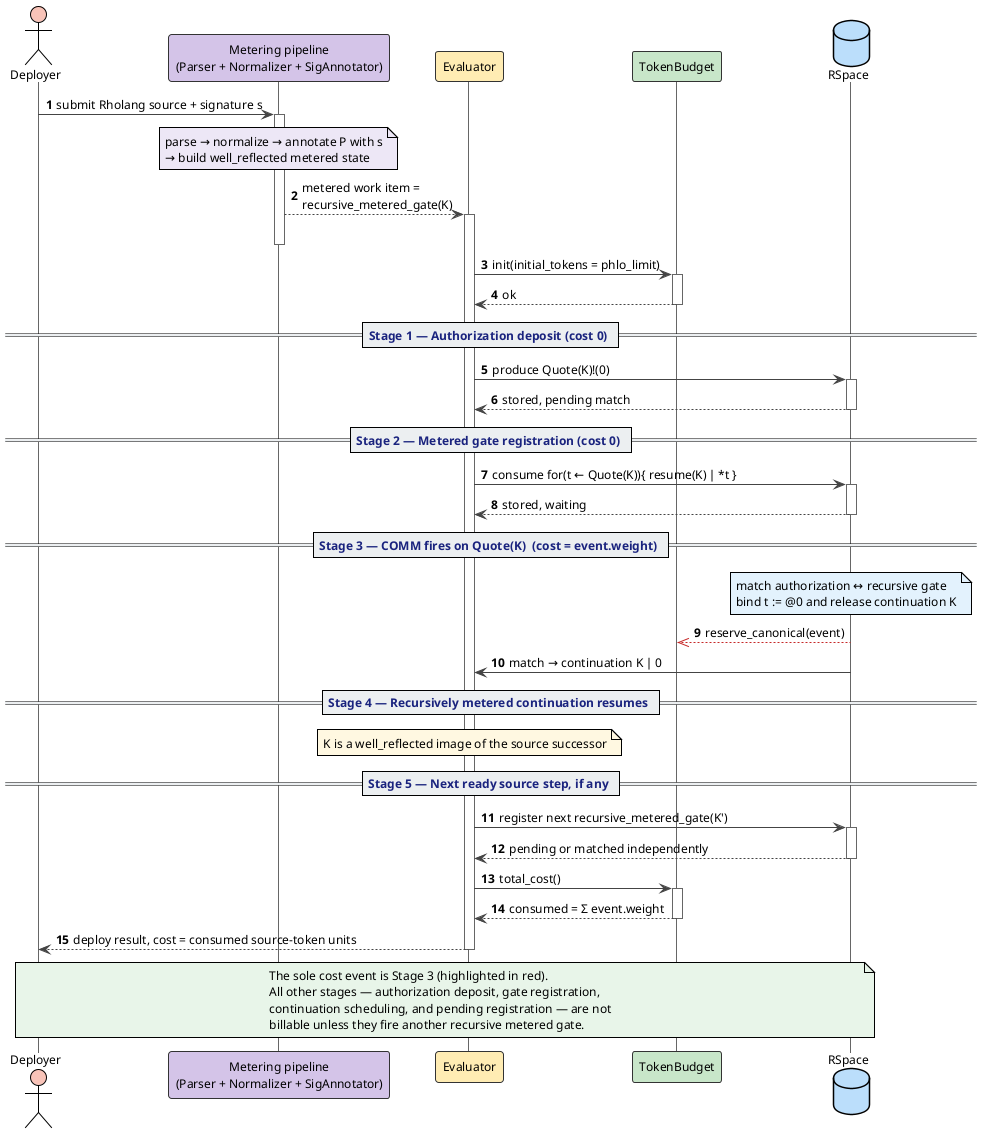
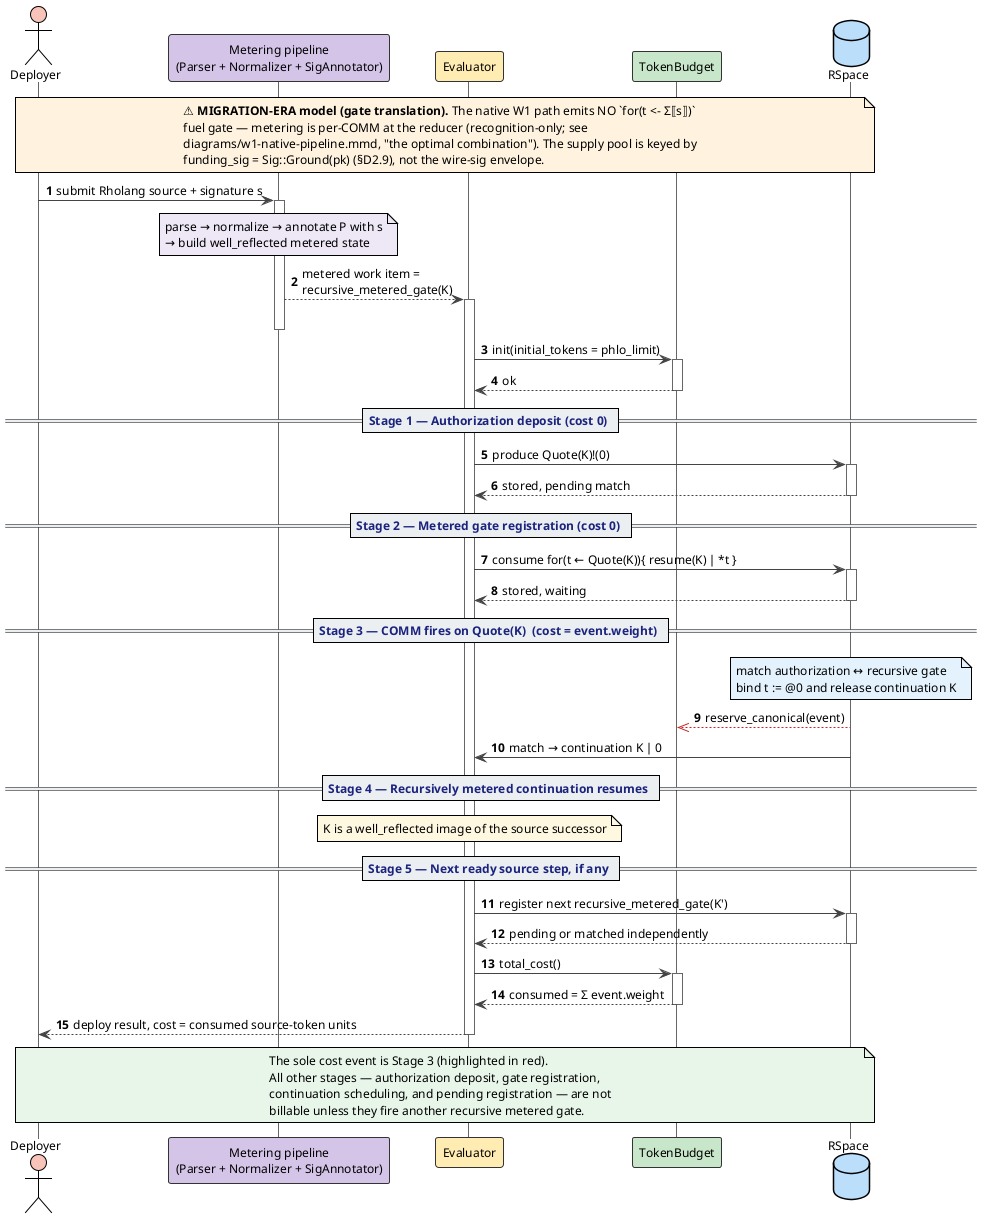
' Recursive Metered Gate Protocol — end-to-end lifecycle of one selected
' source step in the cost-accounted rho calculus implementation target.
'
' Source of truth for Figure 4.4 in docs/theory/cost-accounting-migration.md.
' Shows the five protocol stages as explicit RSpace events:
'   Stage 1 — authorization marker deposit (produce)
'   Stage 2 — fuel gate registration (consume, waiting)
'   Stage 3 — COMM fires (match) + canonical token-budget reservation
'   Stage 4 — recursively metered continuation resumes
'   Stage 5 — any next source step installs its own gate
'
' End-to-end participants:
'   Deployer -> Metering pipeline -> Evaluator -> TokenBudget / RSpace
' Closing the loop: Evaluator queries consumed source-token units from
' TokenBudget and returns the cost to the Deployer.
'
' Color palette (consistent with deploy-execution-sequence.puml):
'   Actor / Deployer     : salmon       (#F8C3B8)
'   Metering pipeline    : lavender     (#D4C4E8)
'   Evaluator (control)  : amber        (#FFECB3)
'   Cost accountant      : mint         (#C8E6C9)
'   Tuple space          : blue         (#BBDEFB)
'
' Semantic arrow colors:
'   Fuel-decrement (cost event): red-ish (#C62828)
'
' (LMDB persistence is abstracted behind RSpace; not surfaced here.)
'
' Render:
'   plantuml -tsvg docs/theory/diagrams/fuel-gate-protocol.puml

@startuml fuel-gate-protocol
!theme plain

skinparam sequence {
  ArrowColor              #444444
  LifeLineBorderColor     #666666
  ParticipantBorderColor  #333333
  NoteBorderColor         #666666
  NoteBackgroundColor     #FFF8E1
  GroupBorderColor        #333333
  GroupHeaderFontColor    #222222
  DividerBackgroundColor  #ECEFF1
  DividerFontColor        #1A237E
}
skinparam defaultFontName "sans-serif"
skinparam defaultFontSize 12

autonumber

actor       "Deployer"                                                        as D    #F8C3B8
participant "Metering pipeline\n(Parser + Normalizer + SigAnnotator)"          as T   #D4C4E8
participant "Evaluator"                                                       as E    #FFECB3
participant "TokenBudget"                                                     as CM   #C8E6C9
database    "RSpace"                                                          as R    #BBDEFB

+ note across #FFF3E0
+ **⚠ MIGRATION-ERA model (gate translation).** The native W1 path emits NO `for(t <- Σ⟦s⟧)`
+ fuel gate — metering is per-COMM at the reducer (recognition-only; see
+ diagrams/w1-native-pipeline.mmd, "the optimal combination"). The supply pool is keyed by
+ funding_sig = Sig::Ground(pk) (§D2.9), not the wire-sig envelope.
+ end note
+ 
D -> T ++ : submit Rholang source + signature s
note over T #EDE7F6
parse → normalize → annotate P with s
→ build well_reflected metered state
end note
T --> E ++ : metered work item =\nrecursive_metered_gate(K)
deactivate T

E -> CM ++ : init(initial_tokens = phlo_limit)
CM --> E -- : ok

== Stage 1 — Authorization deposit (cost 0) ==
E -> R ++ : produce Quote(K)!(0)
R --> E -- : stored, pending match

== Stage 2 — Metered gate registration (cost 0) ==
E -> R ++ : consume for(t ← Quote(K)){ resume(K) ∣ *t }
R --> E -- : stored, waiting

== Stage 3 — COMM fires on Quote(K)  (cost = event.weight) ==
note over R #E3F2FD
match authorization ↔ recursive gate
bind t := @0 and release continuation K
end note
R -[#C62828]->> CM : reserve_canonical(event)
R -> E : match → continuation K ∣ 0

== Stage 4 — Recursively metered continuation resumes ==
note over E #FFF8E1 : K is a well_reflected image of the source successor

== Stage 5 — Next ready source step, if any ==
E -> R ++ : register next recursive_metered_gate(K')
R --> E -- : pending or matched independently

E -> CM ++ : total_cost()
CM --> E -- : consumed = Σ event.weight
E --> D -- : deploy result, cost = consumed source-token units

note over D, R #E8F5E9
The sole cost event is Stage 3 (highlighted in red).
All other stages — authorization deposit, gate registration,
continuation scheduling, and pending registration — are not
billable unless they fire another recursive metered gate.
end note

@enduml
